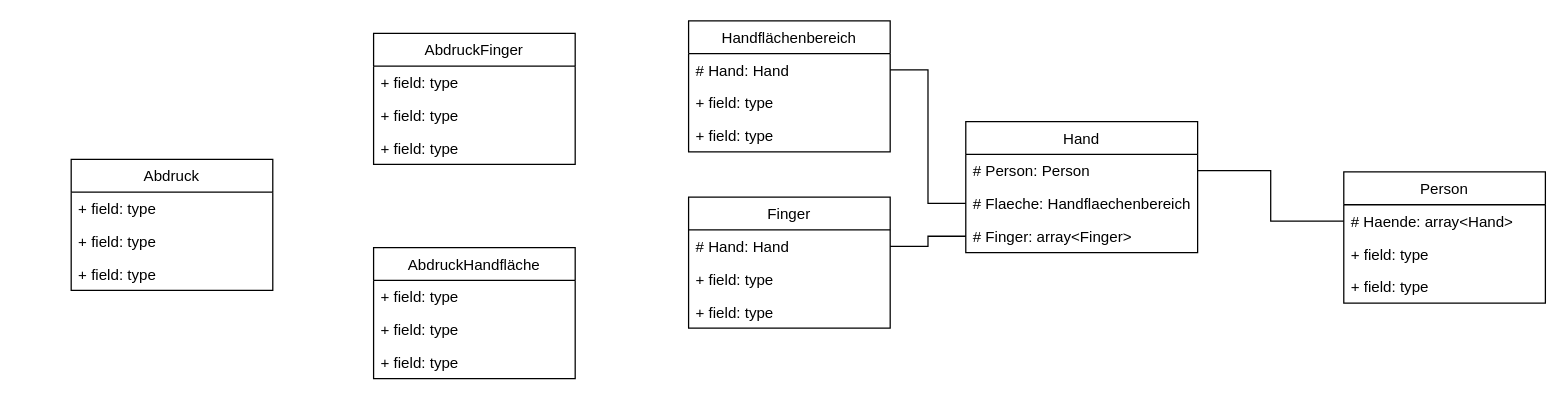
Before: 3-Lehrjahr/UML/biometrie.drawio in deanomus/SZUT, a draw.io diagram. Source tidied: cells renumbered, new cells numbered last; positions are measured from the earlier drawing's top-left corner, leaving out a move shared by most shapes. Both pictures are drawn from the tidied source at 126%, with x=0, y=0 at pixel (71, 20).
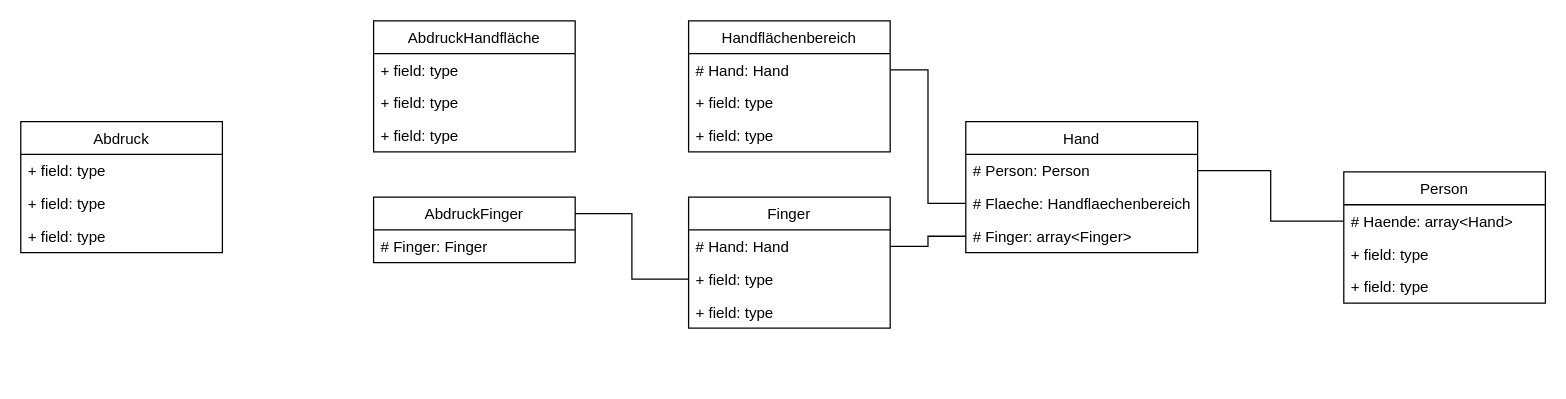
After the change.

Unchanged cells that the change refers to:
```xml
<mxCell id="13" value="+ field: type" style="text;strokeColor=none;fillColor=none;align=left;verticalAlign=top;spacingLeft=4;spacingRight=4;overflow=hidden;points=[[0,0.5],[1,0.5]];portConstraint=eastwest;" parent="11" vertex="1">
  <mxGeometry y="52" width="160" height="26" as="geometry" />
</mxCell>
```

The edit, as a diff of the source:
```diff
@@
     <mxCell id="19" value="Abdruck" style="swimlane;fontStyle=0;horizontal=1;startSize=26;fillColor=none;" parent="1" vertex="1">
-      <mxGeometry y="110" width="160" height="104" as="geometry" />
+      <mxGeometry x="-40" y="80" width="160" height="104" as="geometry" />
     </mxCell>
@@
+    <mxCell id="33" style="edgeStyle=orthogonalEdgeStyle;rounded=0;jettySize=auto;html=1;exitX=1;exitY=0.25;exitDx=0;exitDy=0;entryX=0;entryY=0.5;entryDx=0;entryDy=0;endArrow=none;endFill=0;" parent="1" edge="1" source="23" target="13">
+      <mxGeometry relative="1" as="geometry" />
+    </mxCell>
     <mxCell id="23" value="AbdruckFinger" style="swimlane;fontStyle=0;horizontal=1;startSize=26;fillColor=none;" parent="1" vertex="1">
-      <mxGeometry x="240" y="10" width="160" height="104" as="geometry" />
+      <mxGeometry x="240" y="140" width="160" height="52" as="geometry" />
     </mxCell>
-    <mxCell id="24" value="+ field: type" style="text;strokeColor=none;fillColor=none;align=left;verticalAlign=top;spacingLeft=4;spacingRight=4;overflow=hidden;" parent="23" vertex="1">
+    <mxCell id="24" value="# Finger: Finger" style="text;strokeColor=none;fillColor=none;align=left;verticalAlign=top;spacingLeft=4;spacingRight=4;overflow=hidden;" parent="23" vertex="1">
       <mxGeometry y="26" width="160" height="26" as="geometry" />
     </mxCell>
-    <mxCell id="25" value="+ field: type" style="text;strokeColor=none;fillColor=none;align=left;verticalAlign=top;spacingLeft=4;spacingRight=4;overflow=hidden;" parent="23" vertex="1">
-      <mxGeometry y="52" width="160" height="26" as="geometry" />
-    </mxCell>
-    <mxCell id="26" value="+ field: type" style="text;strokeColor=none;fillColor=none;align=left;verticalAlign=top;spacingLeft=4;spacingRight=4;overflow=hidden;" parent="23" vertex="1">
-      <mxGeometry y="78" width="160" height="26" as="geometry" />
-    </mxCell>
     <mxCell id="27" value="AbdruckHandfläche" style="swimlane;fontStyle=0;horizontal=1;startSize=26;fillColor=none;" parent="1" vertex="1">
-      <mxGeometry x="240" y="180" width="160" height="104" as="geometry" />
+      <mxGeometry x="240" width="160" height="104" as="geometry" />
     </mxCell>
```
